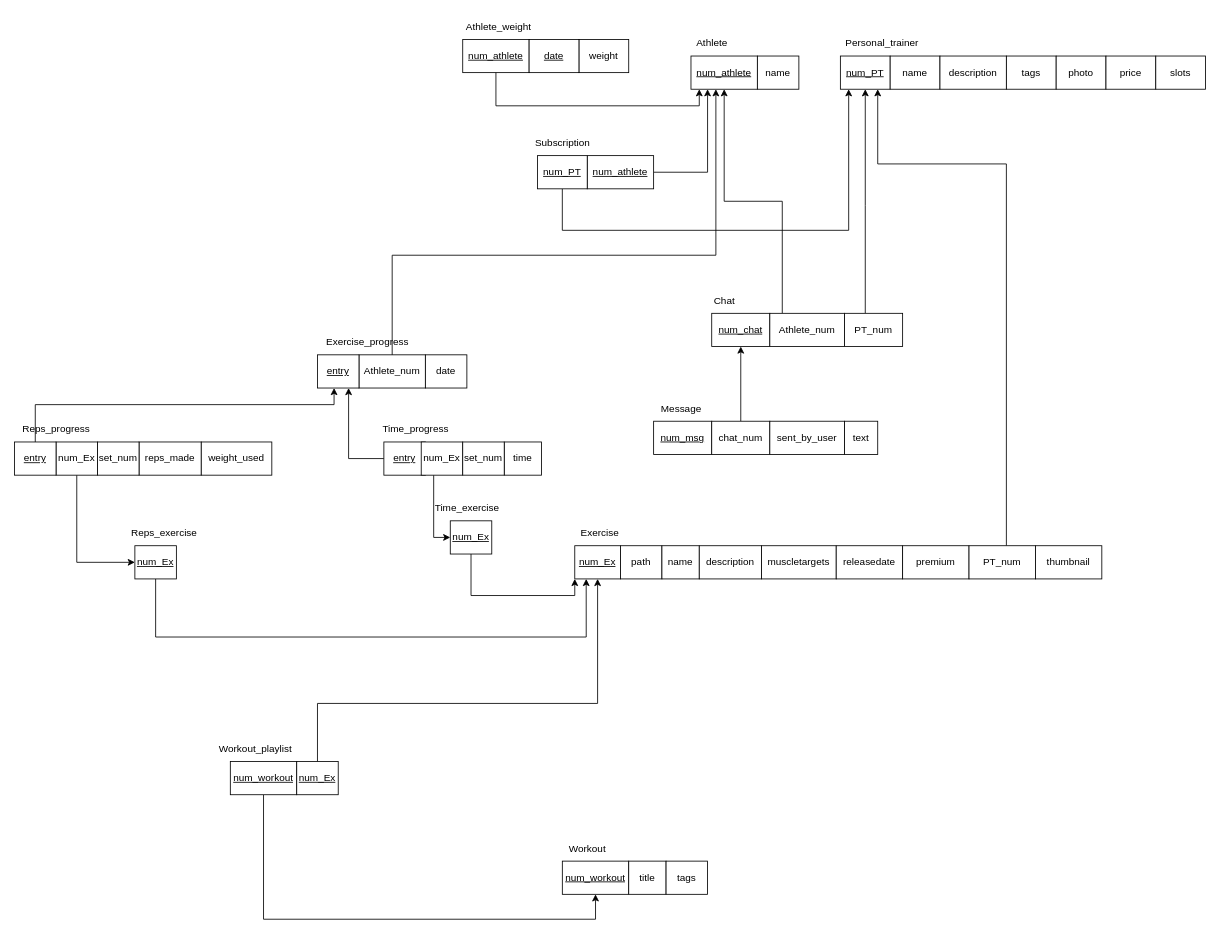
Earlier version of the draw.io diagram ER.drawio (gabrielcosta99/BDProject). Source tidied: cells renumbered, new cells numbered last; positions are measured from the earlier drawing's top-left corner, leaving out a move shared by most shapes. Both pictures are drawn from the tidied source at 83%, with x=0, y=0 at pixel (14, 14).
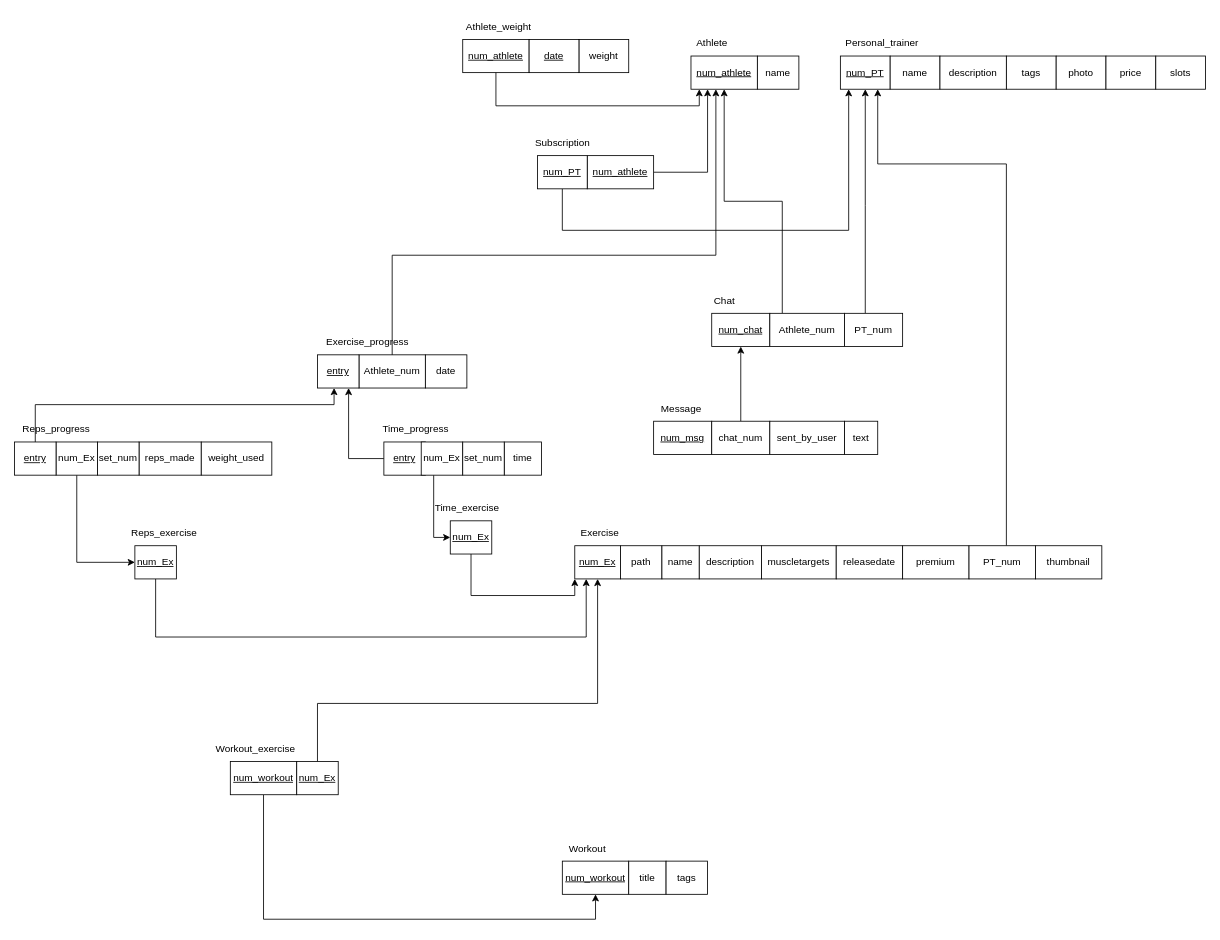
The same page after the edit.

What changed in the source:
```diff
@@
-    <mxCell id="57" value="Workout_playlist" style="text;html=1;align=center;verticalAlign=middle;strokeColor=none;fillColor=none;" parent="1" vertex="1">
-      <mxGeometry x="235" y="870" width="110" height="30" as="geometry" />
+    <mxCell id="57" value="Workout_exercise" style="text;html=1;align=center;verticalAlign=middle;strokeColor=none;fillColor=none;" parent="1" vertex="1">
+      <mxGeometry x="230" y="870" width="120" height="30" as="geometry" />
     </mxCell>
```
